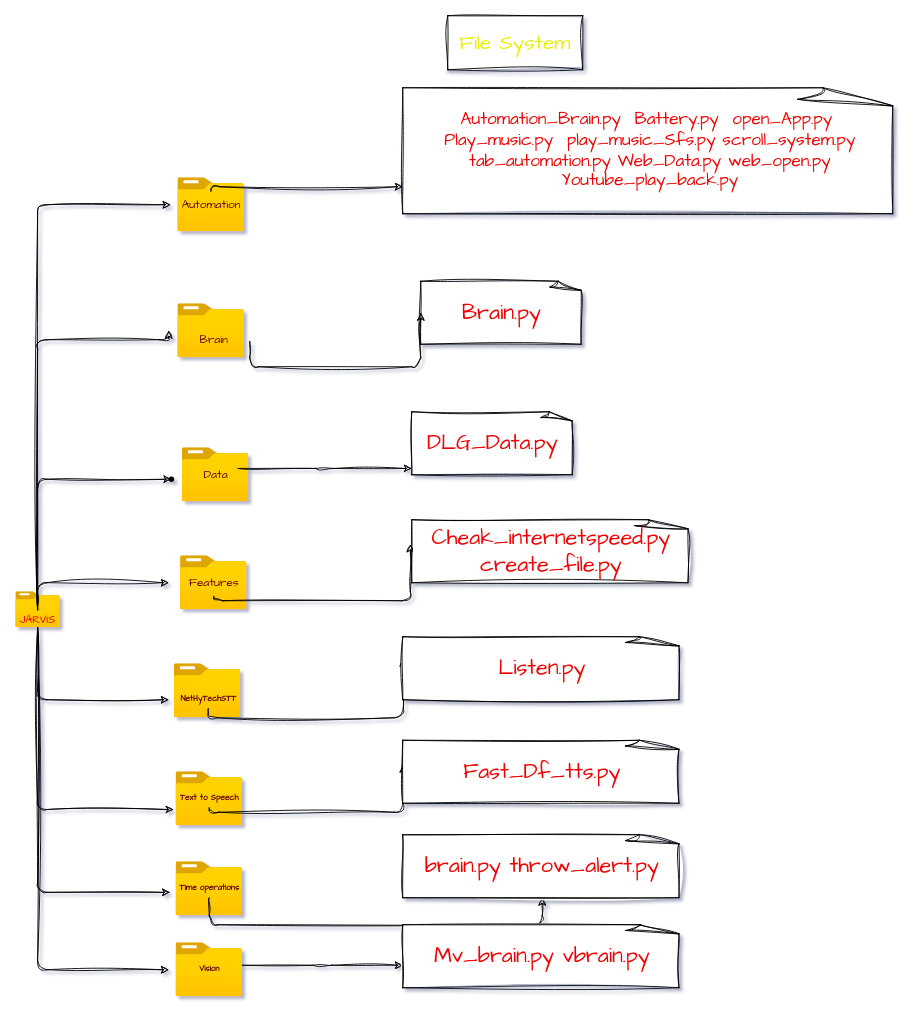
This is File_Structure.drawio from Amartya-007/JARVIS, a draw.io file, before an edit. Source tidied: cells renumbered, new cells numbered last; positions are measured from the earlier drawing's top-left corner, leaving out a move shared by most shapes. Both pictures are drawn from the tidied source at 90%, with x=0, y=0 at pixel (14, 15).
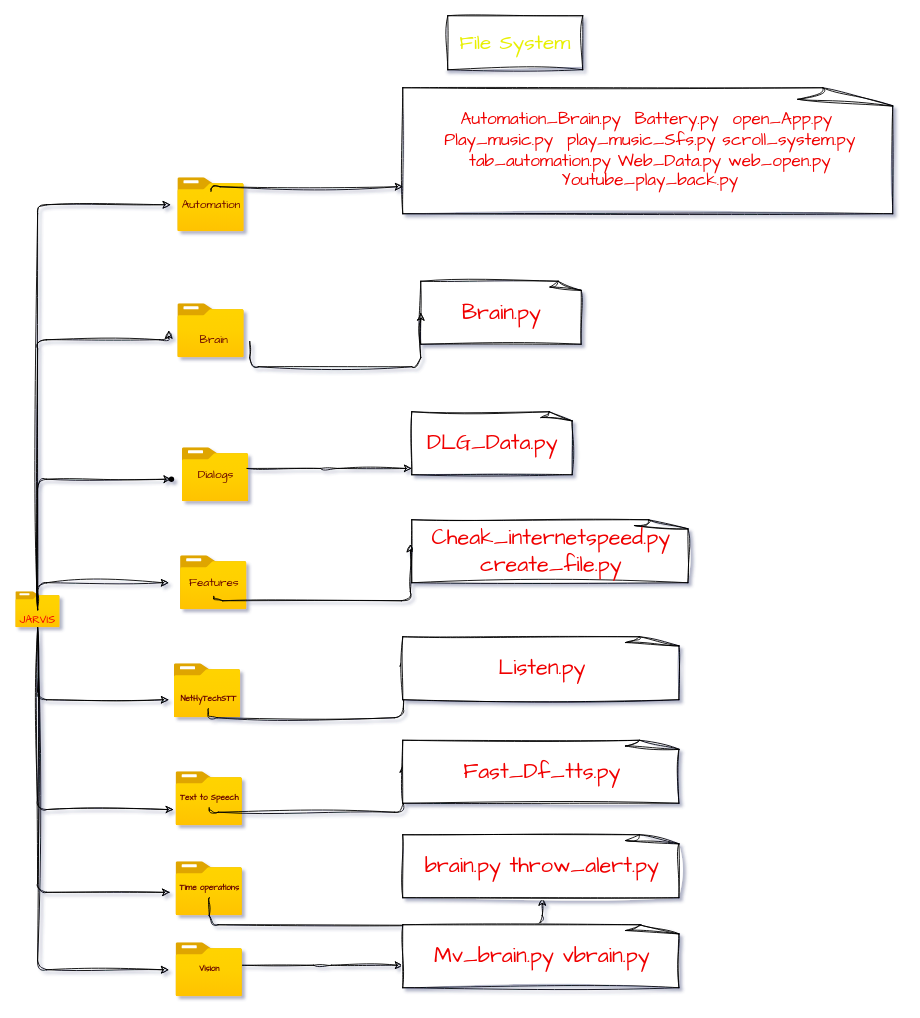
After the change.

Change to the diagram source:
```diff
@@
-    <mxCell id="23" value="Data" style="text;html=1;align=center;verticalAlign=middle;points=[];strokeColor=none;fillColor=none;fontSize=13;fontFamily=Comic Sans MS;fontColor=#660000;labelBackgroundColor=none;sketch=1;hachureGap=4;jiggle=2;curveFitting=1;" parent="1" vertex="1">
-      <mxGeometry x="198" y="495" width="50" height="30" as="geometry" />
+    <mxCell id="23" value="Dialogs" style="text;html=1;align=center;verticalAlign=middle;points=[];strokeColor=none;fillColor=none;fontSize=13;fontFamily=Comic Sans MS;fontColor=#660000;labelBackgroundColor=none;sketch=1;hachureGap=4;jiggle=2;curveFitting=1;" parent="1" vertex="1">
+      <mxGeometry x="188" y="495" width="70" height="30" as="geometry" />
     </mxCell>
```
